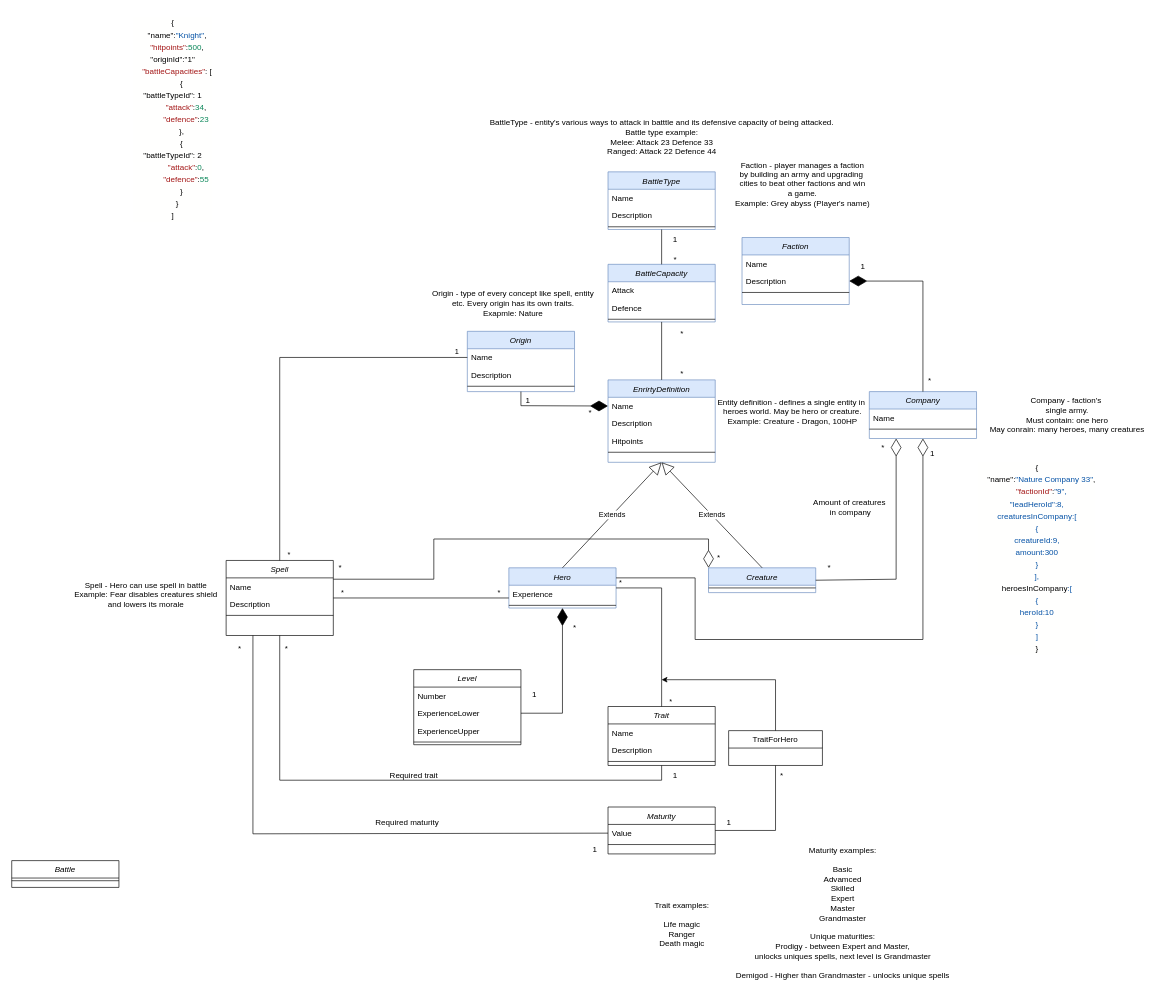
Above: documentation/heroes-overview.drawio in petar111/heroes-system (draw.io), before the change. Source tidied: cells renumbered, new cells numbered last; positions are measured from the earlier drawing's top-left corner, leaving out a move shared by most shapes. Both pictures are drawn from the tidied source at 67%, with x=0, y=0 at pixel (11, 11).
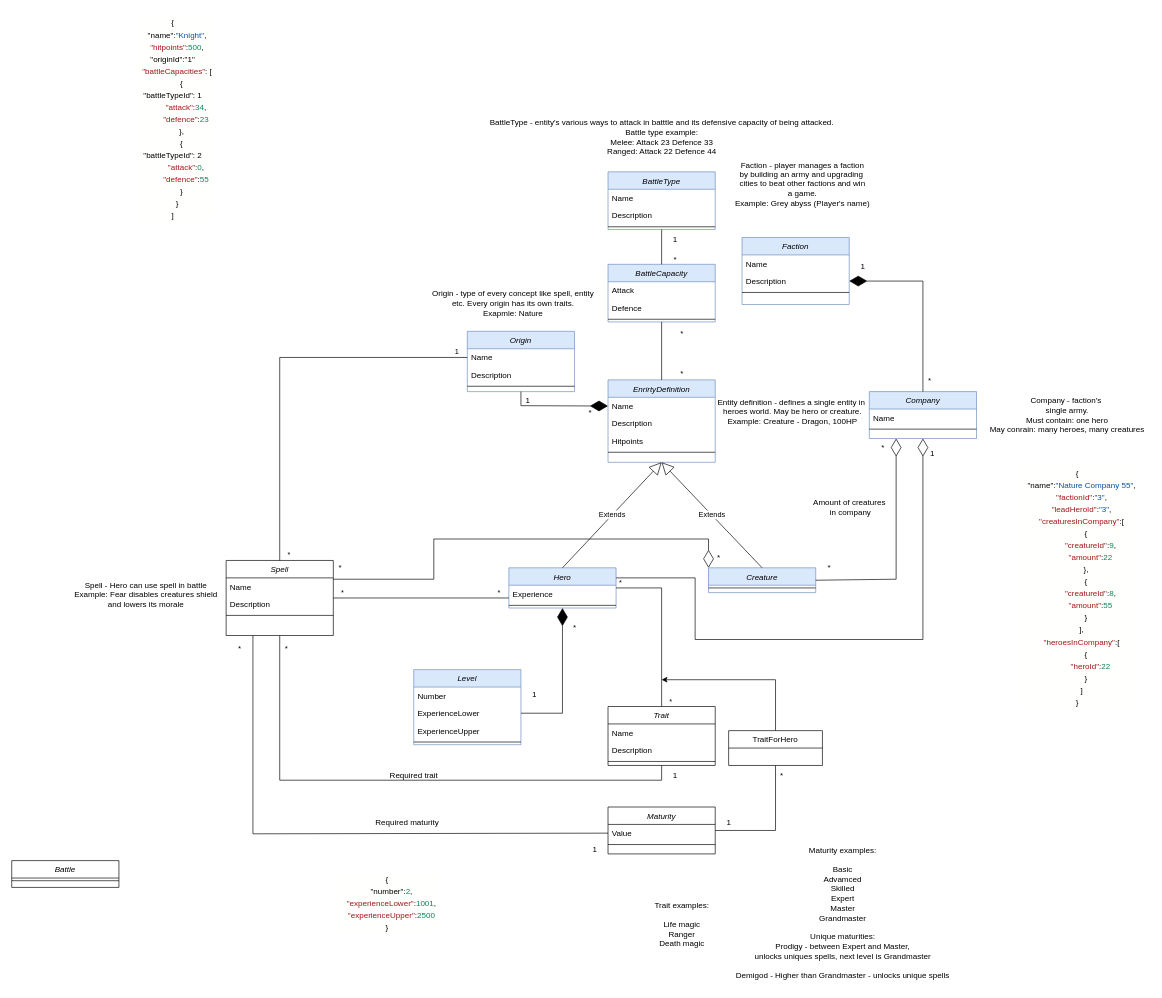
The same page after the edit.

What changed in the source:
```diff
@@
-    <mxCell id="21" value="Level" style="swimlane;fontStyle=2;align=center;verticalAlign=top;horizontal=1;startSize=26;rounded=0;shadow=0;strokeWidth=1;" parent="1" vertex="1">
+    <mxCell id="21" value="Level" style="swimlane;fontStyle=2;align=center;verticalAlign=top;horizontal=1;startSize=26;rounded=0;shadow=0;strokeWidth=1;fillColor=#dae8fc;strokeColor=#6c8ebf;" parent="1" vertex="1">
       <mxGeometry x="600" y="982" width="160" height="112" as="geometry" />
     </mxCell>
@@
-    <mxCell id="106" value="&lt;div style=&quot;background-color: rgb(255, 255, 254); line-height: 18px;&quot;&gt;&lt;div&gt;{&lt;/div&gt;&lt;div&gt;&amp;nbsp;&amp;nbsp;&amp;nbsp;&amp;nbsp;&quot;name&quot;:&lt;span style=&quot;color: #0451a5;&quot;&gt;&quot;Nature&amp;nbsp;Company&amp;nbsp;33&quot;&lt;/span&gt;,&lt;/div&gt;&lt;div&gt;&amp;nbsp;&amp;nbsp;&amp;nbsp;&amp;nbsp;&lt;span style=&quot;color: #a31515;&quot;&gt;&quot;factionId&quot;&lt;/span&gt;:&lt;span style=&quot;color: #0451a5;&quot;&gt;&quot;9&quot;,&lt;/span&gt;&lt;/div&gt;&lt;div&gt;&lt;span style=&quot;color: #0451a5;&quot;&gt;&quot;leadHeroId&quot;:8,&lt;/span&gt;&lt;/div&gt;&lt;div&gt;&lt;span style=&quot;color: #0451a5;&quot;&gt;creaturesInCompany:[&lt;/span&gt;&lt;/div&gt;&lt;div&gt;&lt;span style=&quot;color: #0451a5;&quot;&gt;{&lt;/span&gt;&lt;/div&gt;&lt;div&gt;&lt;span style=&quot;color: #0451a5;&quot;&gt;creatureId:9,&lt;/span&gt;&lt;/div&gt;&lt;div&gt;&lt;span style=&quot;color: #0451a5;&quot;&gt;amount:300&lt;/span&gt;&lt;/div&gt;&lt;div&gt;&lt;span style=&quot;color: #0451a5;&quot;&gt;}&lt;/span&gt;&lt;/div&gt;&lt;div&gt;&lt;span style=&quot;color: #0451a5;&quot;&gt;],&lt;/span&gt;&lt;/div&gt;&lt;div&gt;heroesInCompany&lt;span style=&quot;color: #0451a5;&quot;&gt;:[&lt;/span&gt;&lt;/div&gt;&lt;div&gt;&lt;span style=&quot;color: #0451a5;&quot;&gt;{&lt;/span&gt;&lt;/div&gt;&lt;div&gt;&lt;span style=&quot;color: #0451a5;&quot;&gt;heroId:10&lt;/span&gt;&lt;/div&gt;&lt;div&gt;&lt;span style=&quot;color: #0451a5;&quot;&gt;}&lt;/span&gt;&lt;/div&gt;&lt;div&gt;&lt;span style=&quot;color: #0451a5;&quot;&gt;]&lt;/span&gt;&lt;/div&gt;&lt;div&gt;}&lt;/div&gt;&lt;/div&gt;" style="text;html=1;align=center;verticalAlign=middle;strokeColor=none;fillColor=none;" parent="1" vertex="1">
-      <mxGeometry x="1430" y="665" width="200" height="300" as="geometry" />
+    <mxCell id="106" value="&lt;div style=&quot;background-color: rgb(255, 255, 254); line-height: 18px;&quot;&gt;&lt;div style=&quot;line-height: 18px;&quot;&gt;&lt;div&gt;{&lt;/div&gt;&lt;div&gt;&amp;nbsp;&amp;nbsp;&amp;nbsp;&amp;nbsp;&quot;name&quot;:&lt;span style=&quot;color: #0451a5;&quot;&gt;&quot;Nature&amp;nbsp;Company&amp;nbsp;55&quot;&lt;/span&gt;,&lt;/div&gt;&lt;div&gt;&amp;nbsp;&amp;nbsp;&amp;nbsp;&amp;nbsp;&lt;span style=&quot;color: #a31515;&quot;&gt;&quot;factionId&quot;&lt;/span&gt;:&lt;span style=&quot;color: #0451a5;&quot;&gt;&quot;3&quot;&lt;/span&gt;,&lt;/div&gt;&lt;div&gt;&amp;nbsp;&amp;nbsp;&amp;nbsp;&amp;nbsp;&lt;span style=&quot;color: #a31515;&quot;&gt;&quot;leadHeroId&quot;&lt;/span&gt;:&lt;span style=&quot;color: #0451a5;&quot;&gt;&quot;3&quot;&lt;/span&gt;,&lt;/div&gt;&lt;div&gt;&amp;nbsp;&amp;nbsp;&amp;nbsp;&amp;nbsp;&lt;span style=&quot;color: #a31515;&quot;&gt;&quot;creaturesInCompany&quot;&lt;/span&gt;:[&lt;/div&gt;&lt;div&gt;&amp;nbsp;&amp;nbsp;&amp;nbsp;&amp;nbsp;&amp;nbsp;&amp;nbsp;&amp;nbsp;&amp;nbsp;{&lt;/div&gt;&lt;div&gt;&amp;nbsp;&amp;nbsp;&amp;nbsp;&amp;nbsp;&amp;nbsp;&amp;nbsp;&amp;nbsp;&amp;nbsp;&amp;nbsp;&amp;nbsp;&amp;nbsp;&amp;nbsp;&lt;span style=&quot;color: #a31515;&quot;&gt;&quot;creatureId&quot;&lt;/span&gt;:&lt;span style=&quot;color: #098658;&quot;&gt;9&lt;/span&gt;,&lt;/div&gt;&lt;div&gt;&amp;nbsp;&amp;nbsp;&amp;nbsp;&amp;nbsp;&amp;nbsp;&amp;nbsp;&amp;nbsp;&amp;nbsp;&amp;nbsp;&amp;nbsp;&amp;nbsp;&amp;nbsp;&lt;span style=&quot;color: #a31515;&quot;&gt;&quot;amount&quot;&lt;/span&gt;:&lt;span style=&quot;color: #098658;&quot;&gt;22&lt;/span&gt;&lt;/div&gt;&lt;div&gt;&amp;nbsp;&amp;nbsp;&amp;nbsp;&amp;nbsp;&amp;nbsp;&amp;nbsp;&amp;nbsp;&amp;nbsp;},&lt;/div&gt;&lt;div&gt;&amp;nbsp;&amp;nbsp;&amp;nbsp;&amp;nbsp;&amp;nbsp;&amp;nbsp;&amp;nbsp;&amp;nbsp;{&lt;/div&gt;&lt;div&gt;&amp;nbsp;&amp;nbsp;&amp;nbsp;&amp;nbsp;&amp;nbsp;&amp;nbsp;&amp;nbsp;&amp;nbsp;&amp;nbsp;&amp;nbsp;&amp;nbsp;&amp;nbsp;&lt;span style=&quot;color: #a31515;&quot;&gt;&quot;creatureId&quot;&lt;/span&gt;:&lt;span style=&quot;color: #098658;&quot;&gt;8&lt;/span&gt;,&lt;/div&gt;&lt;div&gt;&amp;nbsp;&amp;nbsp;&amp;nbsp;&amp;nbsp;&amp;nbsp;&amp;nbsp;&amp;nbsp;&amp;nbsp;&amp;nbsp;&amp;nbsp;&amp;nbsp;&amp;nbsp;&lt;span style=&quot;color: #a31515;&quot;&gt;&quot;amount&quot;&lt;/span&gt;:&lt;span style=&quot;color: #098658;&quot;&gt;55&lt;/span&gt;&lt;/div&gt;&lt;div&gt;&amp;nbsp;&amp;nbsp;&amp;nbsp;&amp;nbsp;&amp;nbsp;&amp;nbsp;&amp;nbsp;&amp;nbsp;}&lt;/div&gt;&lt;div&gt;&amp;nbsp;&amp;nbsp;&amp;nbsp;&amp;nbsp;],&lt;/div&gt;&lt;div&gt;&amp;nbsp;&amp;nbsp;&amp;nbsp;&amp;nbsp;&lt;span style=&quot;color: #a31515;&quot;&gt;&quot;heroesInCompany&quot;&lt;/span&gt;:[&lt;/div&gt;&lt;div&gt;&amp;nbsp;&amp;nbsp;&amp;nbsp;&amp;nbsp;&amp;nbsp;&amp;nbsp;&amp;nbsp;&amp;nbsp;{&lt;/div&gt;&lt;div&gt;&amp;nbsp;&amp;nbsp;&amp;nbsp;&amp;nbsp;&amp;nbsp;&amp;nbsp;&amp;nbsp;&amp;nbsp;&amp;nbsp;&amp;nbsp;&amp;nbsp;&amp;nbsp;&lt;span style=&quot;color: #a31515;&quot;&gt;&quot;heroId&quot;&lt;/span&gt;:&lt;span style=&quot;color: #098658;&quot;&gt;22&lt;/span&gt;&lt;/div&gt;&lt;div&gt;&amp;nbsp;&amp;nbsp;&amp;nbsp;&amp;nbsp;&amp;nbsp;&amp;nbsp;&amp;nbsp;&amp;nbsp;}&lt;/div&gt;&lt;div&gt;&amp;nbsp;&amp;nbsp;&amp;nbsp;&amp;nbsp;]&lt;/div&gt;&lt;div&gt;}&lt;/div&gt;&lt;/div&gt;&lt;/div&gt;" style="text;html=1;align=center;verticalAlign=middle;strokeColor=none;fillColor=none;" parent="1" vertex="1">
+      <mxGeometry x="1490" y="674" width="200" height="370" as="geometry" />
     </mxCell>
+    <mxCell id="107" value="&lt;div style=&quot;background-color: rgb(255, 255, 254); line-height: 18px;&quot;&gt;&lt;div&gt;{&lt;/div&gt;&lt;div&gt;&amp;nbsp;&amp;nbsp;&amp;nbsp;&amp;nbsp;&quot;number&quot;:&lt;span style=&quot;color: #098658;&quot;&gt;2&lt;/span&gt;,&lt;/div&gt;&lt;div&gt;&amp;nbsp;&amp;nbsp;&amp;nbsp;&amp;nbsp;&lt;span style=&quot;color: #a31515;&quot;&gt;&quot;experienceLower&quot;&lt;/span&gt;:&lt;span style=&quot;color: #098658;&quot;&gt;1001&lt;/span&gt;,&lt;/div&gt;&lt;div&gt;&amp;nbsp;&amp;nbsp;&amp;nbsp;&amp;nbsp;&lt;span style=&quot;color: #a31515;&quot;&gt;&quot;experienceUpper&quot;&lt;/span&gt;:&lt;span style=&quot;color: #098658;&quot;&gt;2500&lt;/span&gt;&lt;/div&gt;&lt;div&gt;}&lt;/div&gt;&lt;/div&gt;" style="text;html=1;align=center;verticalAlign=middle;strokeColor=none;fillColor=none;" parent="1" vertex="1">
+      <mxGeometry x="475" y="1280" width="170" height="100" as="geometry" />
+    </mxCell>
```
